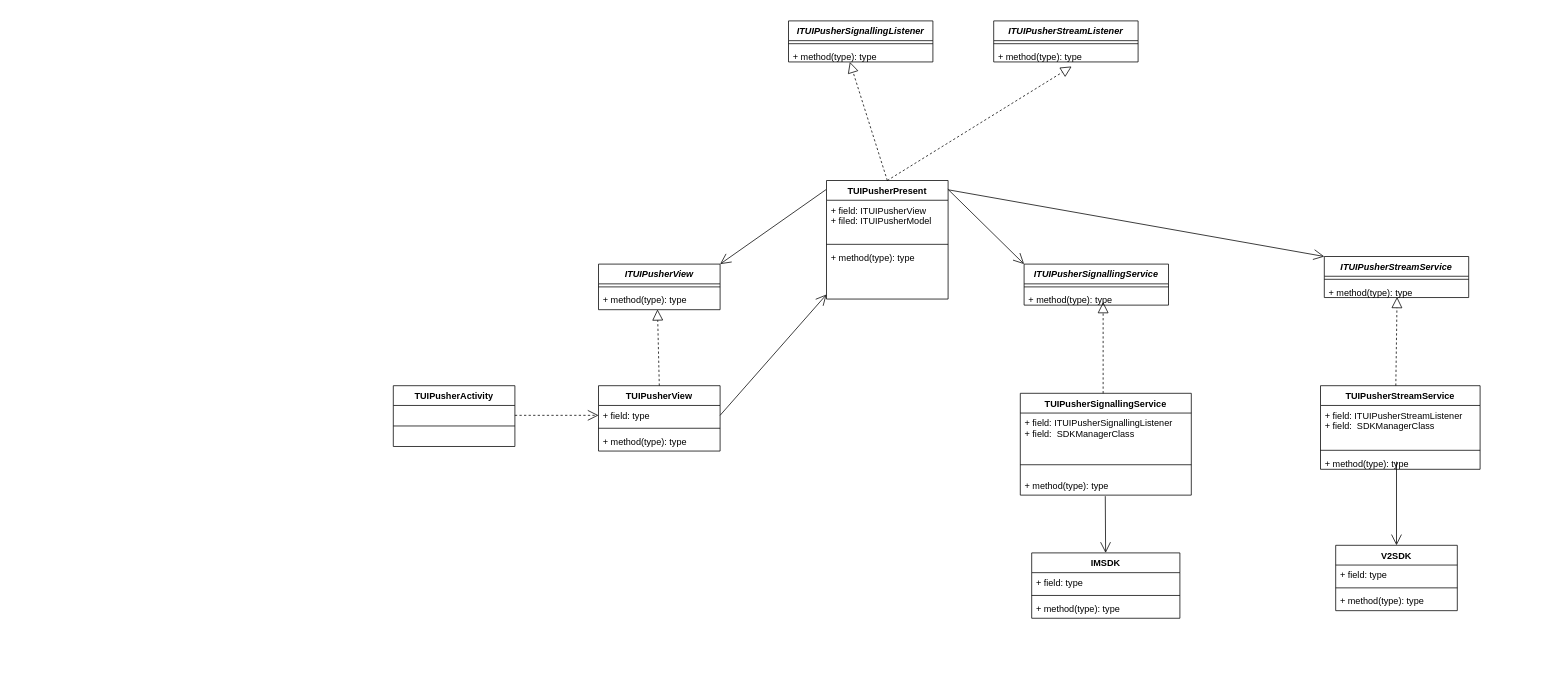
The draw.io diagram diagrams/TUIPusher.drawio in paopaosecret/resources, before the edit. Source tidied: cells renumbered, new cells numbered last; positions are measured from the earlier drawing's top-left corner, leaving out a move shared by most shapes. Both pictures are drawn from the tidied source at 76%, with x=0, y=0 at pixel (393, 21).
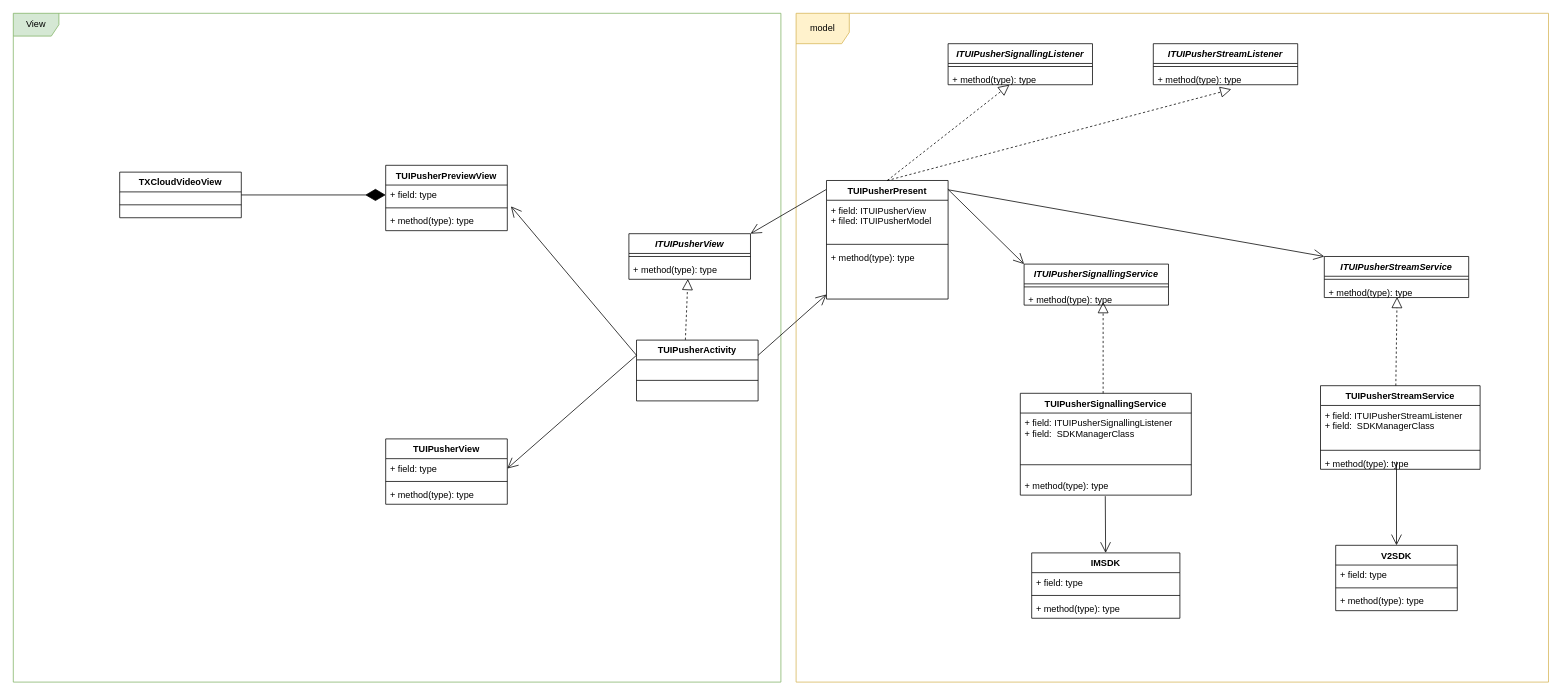
After the change.

The change refers to these unchanged cells:
```xml
<mxCell id="4" value="+ method(type): type" style="text;strokeColor=none;fillColor=none;align=left;verticalAlign=top;spacingLeft=4;spacingRight=4;overflow=hidden;points=[[0,0.5],[1,0.5]];portConstraint=eastwest;" parent="2" vertex="1">
  <mxGeometry y="34" width="160" height="26" as="geometry" />
</mxCell>
<mxCell id="10" value="+ field: type" style="text;strokeColor=none;fillColor=none;align=left;verticalAlign=top;spacingLeft=4;spacingRight=4;overflow=hidden;points=[[0,0.5],[1,0.5]];portConstraint=eastwest;" parent="9" vertex="1">
  <mxGeometry y="26" width="160" height="26" as="geometry" />
</mxCell>
<mxCell id="12" value="+ method(type): type" style="text;strokeColor=none;fillColor=none;align=left;verticalAlign=top;spacingLeft=4;spacingRight=4;overflow=hidden;points=[[0,0.5],[1,0.5]];portConstraint=eastwest;" parent="9" vertex="1">
  <mxGeometry y="60" width="160" height="26" as="geometry" />
</mxCell>
```

Change to the diagram source:
```diff
@@
+    <mxCell id="55" value="View" style="shape=umlFrame;whiteSpace=wrap;html=1;strokeColor=#82b366;fillColor=#d5e8d4;" parent="1" vertex="1">
+      <mxGeometry x="-500" y="-10" width="1010" height="880" as="geometry" />
+    </mxCell>
+    <mxCell id="56" value="model" style="shape=umlFrame;whiteSpace=wrap;html=1;fillColor=#FFF2CC;width=70;height=40;strokeColor=#D6B656;" parent="1" vertex="1">
+      <mxGeometry x="530" y="-10" width="990" height="880" as="geometry" />
+    </mxCell>
     <mxCell id="2" value="ITUIPusherView" style="swimlane;fontStyle=3;align=center;verticalAlign=top;horizontal=1;startSize=26;" parent="1" vertex="1">
-      <mxGeometry x="270" y="320" width="160" height="60" as="geometry" />
+      <mxGeometry x="310" y="280" width="160" height="60" as="geometry" />
     </mxCell>
@@
-    <mxCell id="9" value="TUIPusherView" style="swimlane;fontStyle=1;align=center;verticalAlign=top;horizontal=1;startSize=26;" parent="1" vertex="1">
-      <mxGeometry x="270" y="480" width="160" height="86" as="geometry" />
+    <mxCell id="9" value="TUIPusherPreviewView" style="swimlane;fontStyle=1;align=center;verticalAlign=top;horizontal=1;startSize=26;" parent="1" vertex="1">
+      <mxGeometry x="-10" y="190" width="160" height="86" as="geometry" />
     </mxCell>
@@
-    <mxCell id="13" style="endArrow=block;dashed=1;endFill=0;endSize=12;html=1;exitX=0.5;exitY=0;exitDx=0;exitDy=0;entryX=0.485;entryY=0.987;entryDx=0;entryDy=0;entryPerimeter=0;" parent="1" edge="1" source="9" target="4">
+    <mxCell id="13" style="endArrow=block;dashed=1;endFill=0;endSize=12;html=1;exitX=0.402;exitY=-0.004;exitDx=0;exitDy=0;entryX=0.485;entryY=0.987;entryDx=0;entryDy=0;entryPerimeter=0;exitPerimeter=0;" parent="1" edge="1" source="19" target="4">
       <mxGeometry relative="1" as="geometry" />
     </mxCell>
@@
     <mxCell id="19" value="TUIPusherActivity" style="swimlane;fontStyle=1;align=center;verticalAlign=top;horizontal=1;startSize=26;" parent="1" vertex="1">
-      <mxGeometry y="480" width="160" height="80" as="geometry" />
+      <mxGeometry x="320" y="420" width="160" height="80" as="geometry" />
     </mxCell>
@@
-    <mxCell id="21" style="endArrow=open;endSize=12;dashed=1;html=1;exitX=1;exitY=0.5;exitDx=0;exitDy=0;entryX=0;entryY=0.5;entryDx=0;entryDy=0;" parent="1" edge="1" target="10">
-      <mxGeometry relative="1" as="geometry">
-        <mxPoint x="160" y="519" as="sourcePoint" />
-      </mxGeometry>
-    </mxCell>
@@
-    <mxCell id="23" style="endArrow=open;endFill=1;endSize=12;html=1;exitX=1;exitY=0.5;exitDx=0;exitDy=0;" parent="1" edge="1" source="10">
+    <mxCell id="23" style="endArrow=open;endFill=1;endSize=12;html=1;" parent="1" edge="1">
       <mxGeometry relative="1" as="geometry">
+        <mxPoint x="480" y="440" as="sourcePoint" />
         <mxPoint x="570" y="360" as="targetPoint" />
       </mxGeometry>
     </mxCell>
@@
     <mxCell id="47" value="ITUIPusherSignallingListener" style="swimlane;fontStyle=3;align=center;verticalAlign=top;horizontal=1;startSize=26;" parent="1" vertex="1">
-      <mxGeometry x="520" width="190" height="54" as="geometry" />
+      <mxGeometry x="730" y="30" width="190" height="54" as="geometry" />
     </mxCell>
@@
     <mxCell id="50" value="ITUIPusherStreamListener" style="swimlane;fontStyle=3;align=center;verticalAlign=top;horizontal=1;startSize=26;" parent="1" vertex="1">
-      <mxGeometry x="790" width="190" height="54" as="geometry" />
+      <mxGeometry x="1000" y="30" width="190" height="54" as="geometry" />
     </mxCell>
@@
+    <mxCell id="57" value="TUIPusherView" style="swimlane;fontStyle=1;align=center;verticalAlign=top;horizontal=1;startSize=26;" parent="1" vertex="1">
+      <mxGeometry x="-10" y="550" width="160" height="86" as="geometry" />
+    </mxCell>
+    <mxCell id="58" value="+ field: type" style="text;strokeColor=none;fillColor=none;align=left;verticalAlign=top;spacingLeft=4;spacingRight=4;overflow=hidden;points=[[0,0.5],[1,0.5]];portConstraint=eastwest;" parent="57" vertex="1">
+      <mxGeometry y="26" width="160" height="26" as="geometry" />
+    </mxCell>
+    <mxCell id="59" style="line;strokeWidth=1;fillColor=none;align=left;verticalAlign=middle;spacingTop=-1;spacingLeft=3;spacingRight=3;labelPosition=right;" parent="57" vertex="1">
+      <mxGeometry y="52" width="160" height="8" as="geometry" />
+    </mxCell>
+    <mxCell id="60" value="+ method(type): type" style="text;strokeColor=none;fillColor=none;align=left;verticalAlign=top;spacingLeft=4;spacingRight=4;overflow=hidden;" parent="57" vertex="1">
+      <mxGeometry y="60" width="160" height="26" as="geometry" />
+    </mxCell>
+    <mxCell id="61" style="endArrow=open;endFill=1;endSize=12;html=1;entryX=1.03;entryY=-0.231;entryDx=0;entryDy=0;entryPerimeter=0;exitX=0;exitY=0.25;exitDx=0;exitDy=0;" parent="1" edge="1" source="19" target="12">
+      <mxGeometry relative="1" as="geometry" />
+    </mxCell>
+    <mxCell id="62" style="endArrow=open;endFill=1;endSize=12;html=1;entryX=1;entryY=0.5;entryDx=0;entryDy=0;exitX=0;exitY=0.25;exitDx=0;exitDy=0;" parent="1" edge="1" source="19" target="58">
+      <mxGeometry relative="1" as="geometry" />
+    </mxCell>
+    <mxCell id="63" value="TXCloudVideoView" style="swimlane;fontStyle=1;align=center;verticalAlign=top;horizontal=1;startSize=26;" parent="1" vertex="1">
+      <mxGeometry x="-360" y="199" width="160" height="60" as="geometry" />
+    </mxCell>
+    <mxCell id="64" style="line;strokeWidth=1;fillColor=none;align=left;verticalAlign=middle;spacingTop=-1;spacingLeft=3;spacingRight=3;labelPosition=right;" parent="63" vertex="1">
+      <mxGeometry y="26" width="160" height="34" as="geometry" />
+    </mxCell>
+    <mxCell id="65" style="endArrow=diamondThin;endFill=1;endSize=24;html=1;entryX=0;entryY=0.5;entryDx=0;entryDy=0;exitX=1;exitY=0.5;exitDx=0;exitDy=0;" parent="1" edge="1" source="63" target="10">
+      <mxGeometry relative="1" as="geometry" />
+    </mxCell>
```
